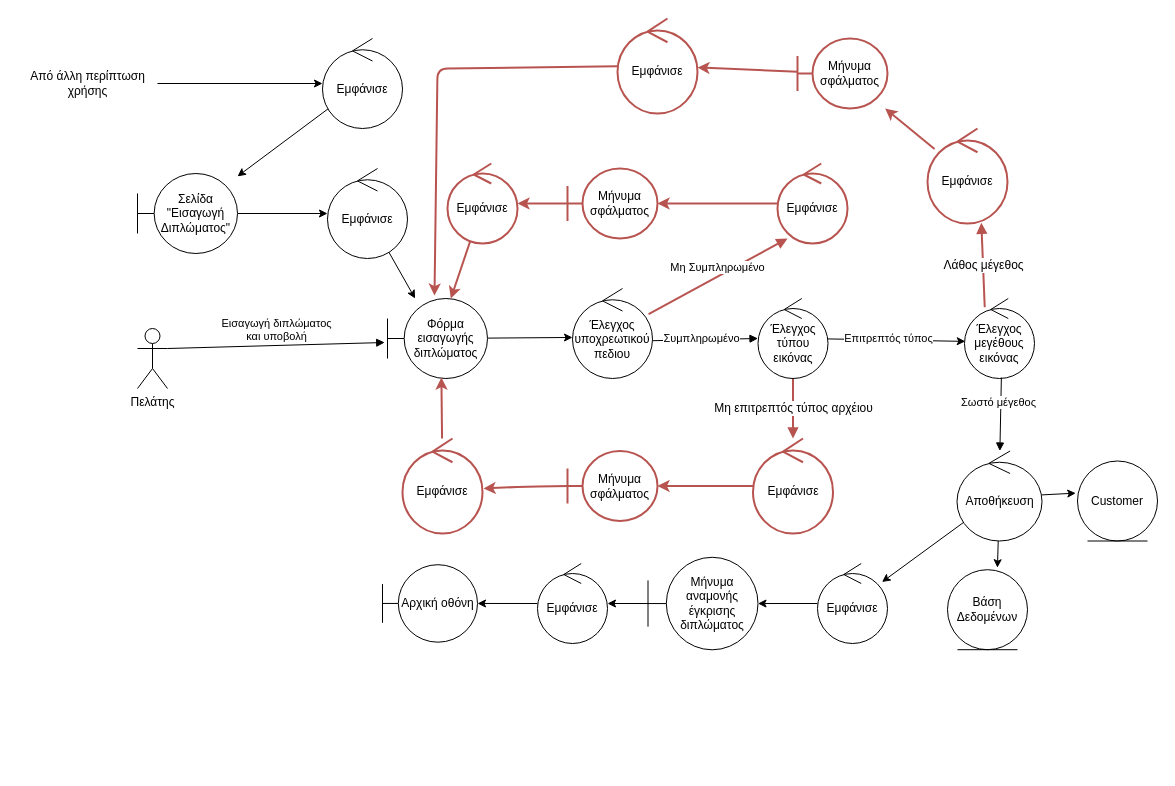
Nikolis2002/texnoligia_logismikou keeps this draw.io diagram as Part_2/Robustness/diagrams/04_Εισαγωγή_Διπλώματος_Οδήγησης.drawio. Above is the earlier version. Source tidied: cells renumbered, new cells numbered last; positions are measured from the earlier drawing's top-left corner, leaving out a move shared by most shapes. Both pictures are drawn from the tidied source at 100%, with x=0, y=0 at pixel (17, 18).
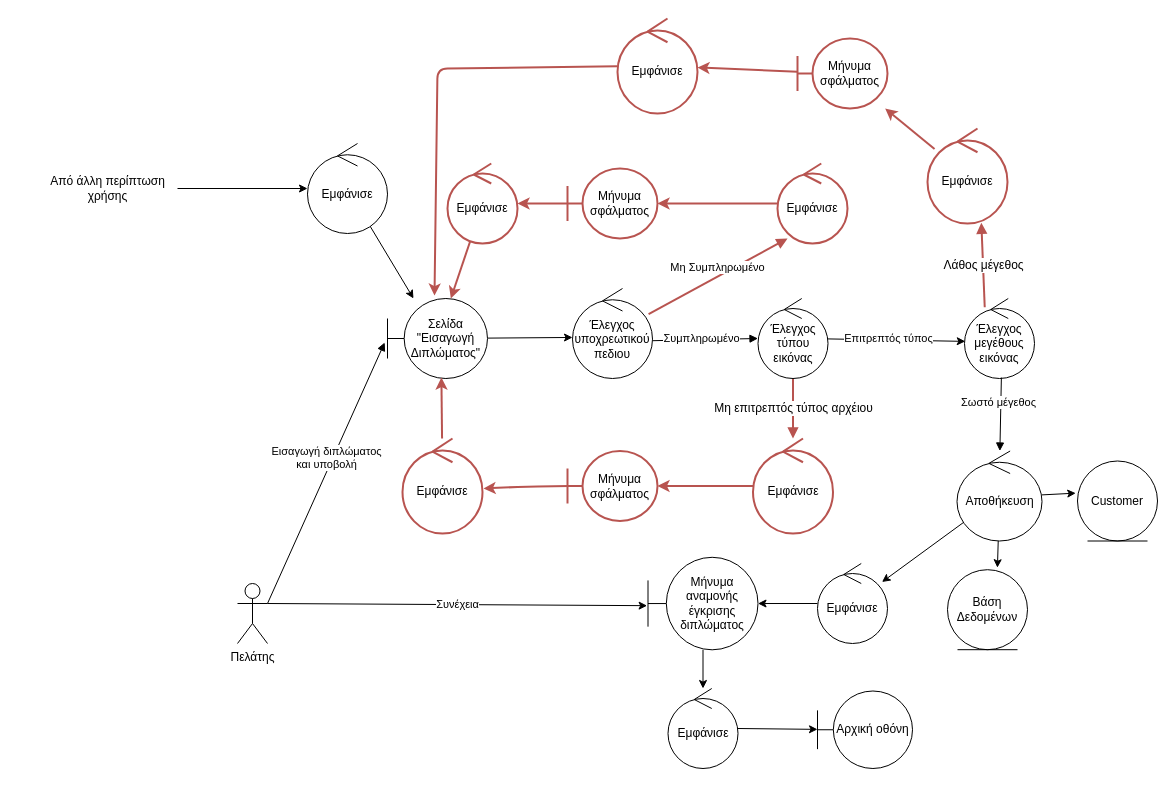
The same page after the edit.

The change refers to these unchanged cells:
```xml
<mxCell id="24" value="Μήνυμα αναμονής έγκρισης διπλώματος" style="shape=umlBoundary;whiteSpace=wrap;html=1;" parent="1" vertex="1">
  <mxGeometry x="630.5" y="538.8" width="110" height="92.5" as="geometry" />
</mxCell>
```

Diff of the diagram source:
```diff
@@
+    <mxCell id="57" value="Συνέχεια" style="edgeStyle=none;html=1;exitX=1;exitY=0.3333333333333333;exitDx=0;exitDy=0;exitPerimeter=0;entryX=-0.008;entryY=0.523;entryDx=0;entryDy=0;entryPerimeter=0;" parent="1" edge="1" source="2" target="24">
+      <mxGeometry relative="1" as="geometry" />
+    </mxCell>
     <mxCell id="2" value="Πελάτης" style="shape=umlActor;verticalLabelPosition=bottom;verticalAlign=top;html=1;outlineConnect=0;" parent="1" vertex="1">
-      <mxGeometry x="120" y="310" width="30" height="60" as="geometry" />
+      <mxGeometry x="220" y="565" width="30" height="60" as="geometry" />
     </mxCell>
@@
-    <mxCell id="22" value="Φόρμα εισαγωγής διπλώματος" style="shape=umlBoundary;whiteSpace=wrap;html=1;" parent="1" vertex="1">
+    <mxCell id="22" value="Σελίδα &quot;Εισαγωγή Διπλώματος&quot;" style="shape=umlBoundary;whiteSpace=wrap;html=1;" parent="1" vertex="1">
       <mxGeometry x="370" y="280" width="100" height="80" as="geometry" />
     </mxCell>
@@
     <mxCell id="47" value="Εμφάνισε" style="ellipse;shape=umlControl;whiteSpace=wrap;html=1;" parent="1" vertex="1">
-      <mxGeometry x="520" y="545" width="70" height="80" as="geometry" />
+      <mxGeometry x="650.5" y="670" width="70" height="80" as="geometry" />
     </mxCell>
     <mxCell id="48" value="Αρχική οθόνη" style="shape=umlBoundary;whiteSpace=wrap;html=1;" parent="1" vertex="1">
-      <mxGeometry x="365" y="546.2" width="95" height="77.5" as="geometry" />
+      <mxGeometry x="800" y="672.5" width="95" height="77.5" as="geometry" />
     </mxCell>
-    <mxCell id="49" style="edgeStyle=none;html=1;" parent="1" edge="1" source="50" target="54">
-      <mxGeometry relative="1" as="geometry" />
-    </mxCell>
-    <mxCell id="50" value="Σελίδα &quot;Εισαγωγή Διπλώματος&quot;" style="shape=umlBoundary;whiteSpace=wrap;html=1;" parent="1" vertex="1">
-      <mxGeometry x="120" y="155" width="100" height="80" as="geometry" />
-    </mxCell>
-    <mxCell id="51" style="edgeStyle=none;html=1;" parent="1" edge="1" source="52" target="50">
-      <mxGeometry relative="1" as="geometry" />
-    </mxCell>
-    <mxCell id="52" value="Εμφάνισε" style="ellipse;shape=umlControl;whiteSpace=wrap;html=1;" parent="1" vertex="1">
-      <mxGeometry x="305" y="20" width="80" height="90" as="geometry" />
-    </mxCell>
@@
     <mxCell id="54" value="Εμφάνισε" style="ellipse;shape=umlControl;whiteSpace=wrap;html=1;" parent="1" vertex="1">
-      <mxGeometry x="310" y="150" width="80" height="90" as="geometry" />
+      <mxGeometry x="290" y="125" width="80" height="90" as="geometry" />
     </mxCell>
-    <mxCell id="55" style="edgeStyle=none;html=1;" parent="1" edge="1" source="56" target="52">
+    <mxCell id="55" style="edgeStyle=none;html=1;" parent="1" edge="1" source="56" target="54">
       <mxGeometry relative="1" as="geometry" />
     </mxCell>
     <mxCell id="56" value="Από άλλη περίπτωση&lt;br&gt;χρήσης" style="text;html=1;align=center;verticalAlign=middle;points=[];strokeColor=none;fillColor=none;" parent="1" vertex="1">
-      <mxGeometry y="45" width="140" height="40" as="geometry" />
+      <mxGeometry x="20" y="150" width="140" height="40" as="geometry" />
     </mxCell>
```
